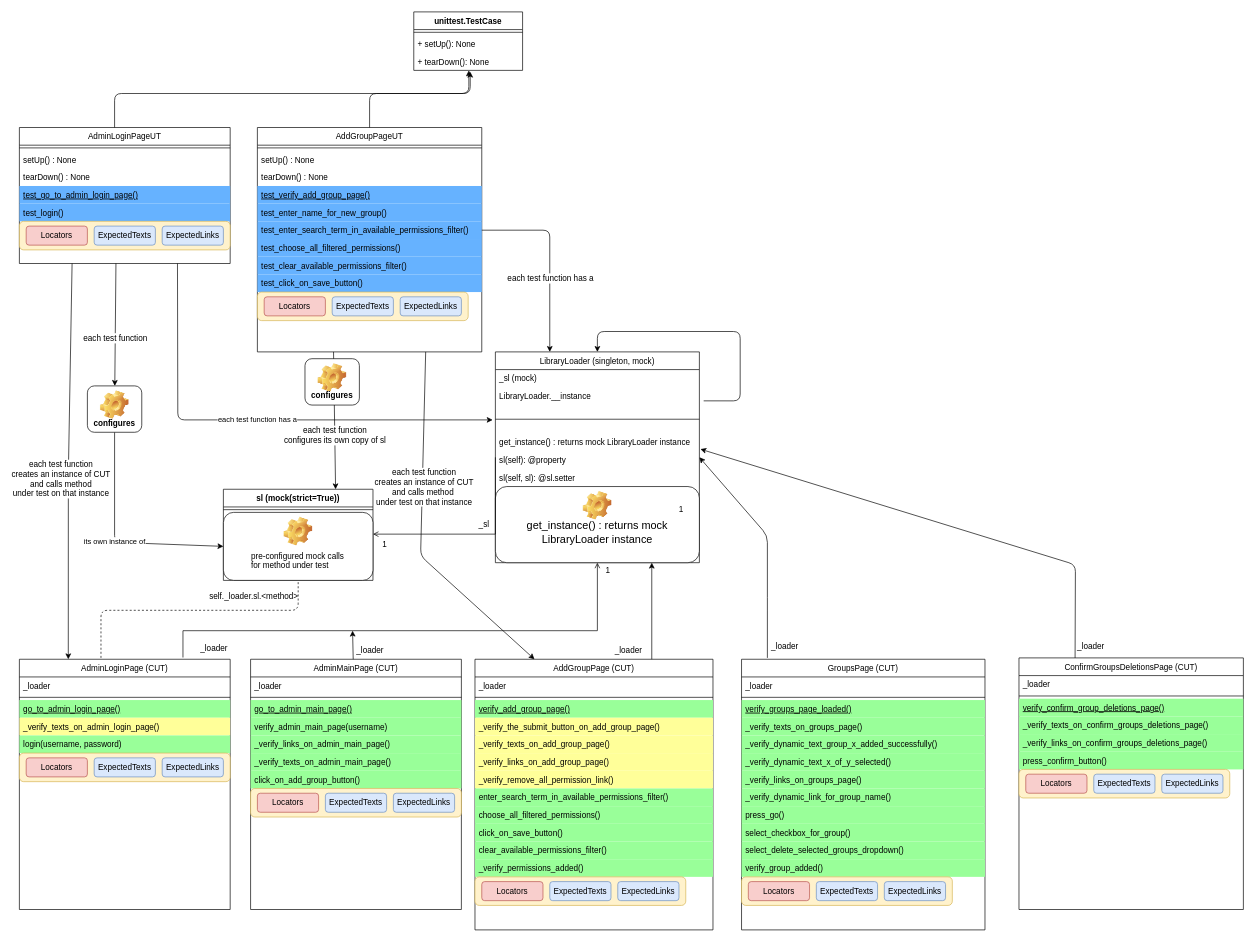
Before: Uml-Draw.io/DjangoAdminSiteTestSuiteUnitTests.drawio in TeddyTeddy/robot-fw-seleniumlibrary-tests, a draw.io diagram. Source tidied: cells renumbered, new cells numbered last; positions are measured from the earlier drawing's top-left corner, leaving out a move shared by most shapes. Both pictures are drawn from the tidied source at 68%, with x=0, y=0 at pixel (19, 12).
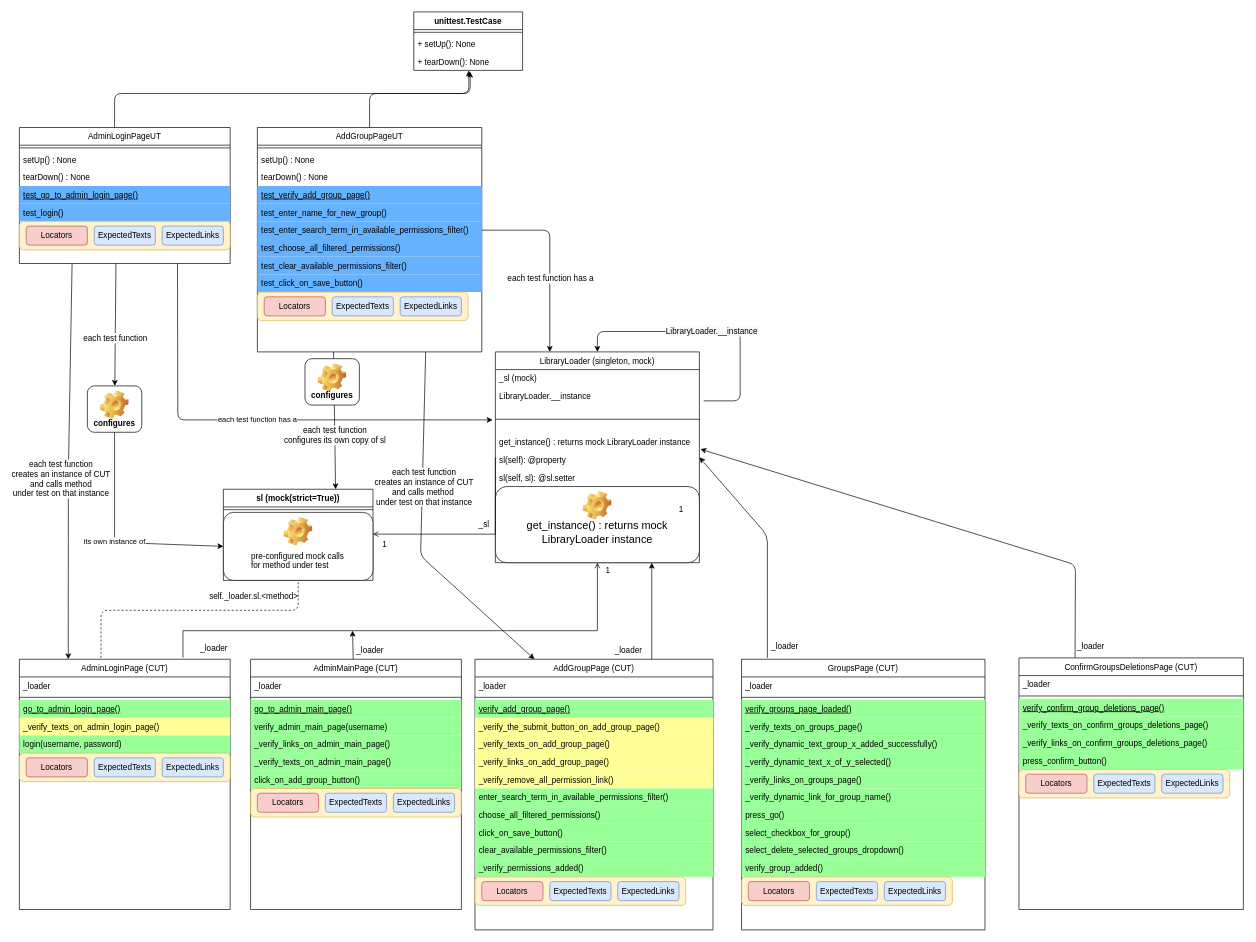
After the change.

Commit message (it also covers changes not shown here):
fixes to unittests and the draw.io architecture picture

Unchanged cells that the change refers to:
```xml
<mxCell id="13" value="LibraryLoader (singleton, mock)" style="swimlane;fontStyle=0;align=center;verticalAlign=top;horizontal=1;startSize=26;rounded=0;shadow=0;strokeWidth=1;" parent="1" vertex="1">
  <mxGeometry x="700" y="500" width="300" height="310" as="geometry" />
</mxCell>
<mxCell id="15" value="LibraryLoader.__instance" style="text;align=left;verticalAlign=top;spacingLeft=4;spacingRight=4;overflow=hidden;points=[[0,0.5],[1,0.5]];portConstraint=eastwest;" parent="13" vertex="1">
  <mxGeometry y="52" width="300" height="26" as="geometry" />
</mxCell>
```

What changed in the source:
```diff
@@
-    <mxCell id="19" style="endArrow=classic;html=1;exitX=1.021;exitY=0.769;exitDx=0;exitDy=0;exitPerimeter=0;entryX=0.5;entryY=0;entryDx=0;entryDy=0;" parent="13" edge="1" source="15" target="13">
+    <mxCell id="19" value="&lt;span style=&quot;color: rgb(0, 0, 0); font-family: helvetica; font-size: 12px; font-style: normal; font-weight: 400; letter-spacing: normal; text-align: left; text-indent: 0px; text-transform: none; word-spacing: 0px; background-color: rgb(248, 249, 250); display: inline; float: none;&quot;&gt;LibraryLoader.__instance&lt;/span&gt;" style="endArrow=classic;html=1;exitX=1.021;exitY=0.769;exitDx=0;exitDy=0;exitPerimeter=0;entryX=0.5;entryY=0;entryDx=0;entryDy=0;" parent="13" edge="1" source="15" target="13">
       <mxGeometry relative="1" as="geometry">
         <Array as="points">
           <mxPoint x="360" y="72" />
           <mxPoint x="360" y="-30" />
           <mxPoint x="150" y="-30" />
         </Array>
       </mxGeometry>
     </mxCell>
```
